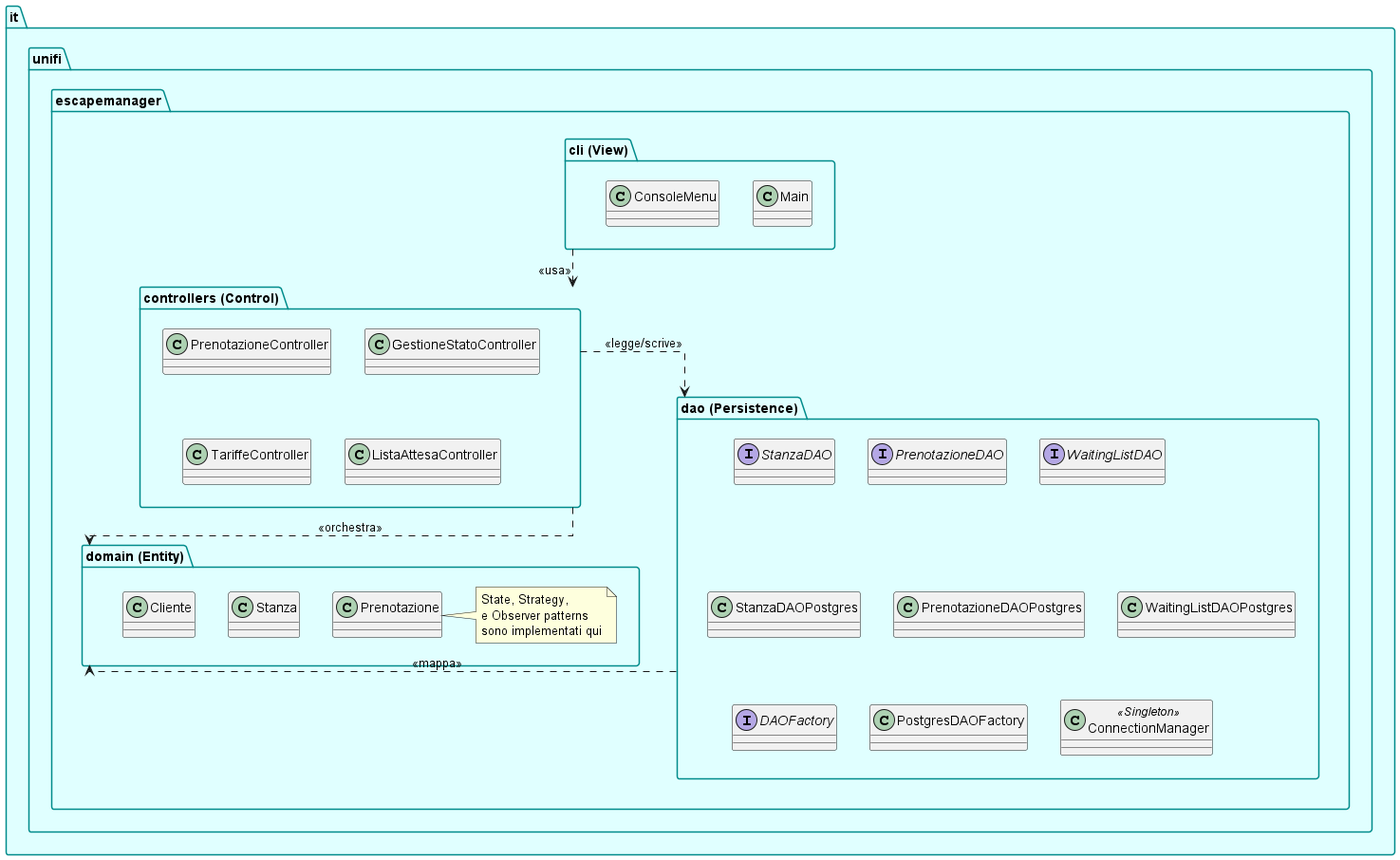
Before: LaTeX/images/package_diagram.png, a diagram exported from PlantUML (Adrycasta04/EscapeManager).
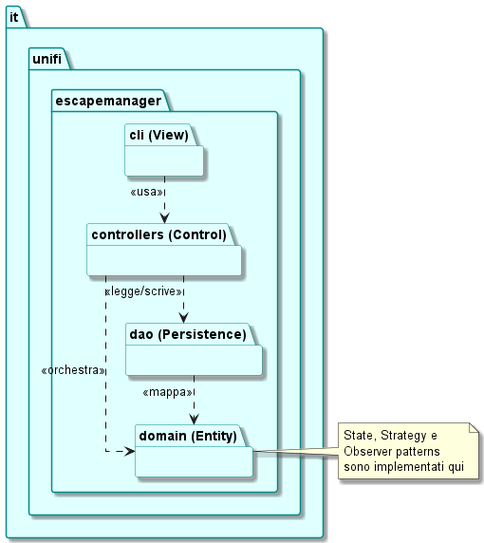
Above is the later version.

What changed in the source:
```diff
@@ -1,39 +1,24 @@
 @startuml package_diagram
 skinparam linetype ortho
+skinparam shadowing true
+skinparam packageStyle folder
 skinparam packageBackgroundColor LightCyan
 skinparam packageBorderColor DarkCyan
+skinparam nodesep 60
+skinparam ranksep 50
 
 package "it.unifi.escapemanager" {
 
     package "cli (View)" as view {
-        class Main
-        class ConsoleMenu
     }
 
     package "controllers (Control)" as controllers {
-        class PrenotazioneController
-        class GestioneStatoController
-        class TariffeController
-        class ListaAttesaController
     }
 
     package "domain (Entity)" as domain {
-        class Stanza
-        class Cliente
-        class Prenotazione
-        note right: State, Strategy,\ne Observer patterns\nsono implementati qui
     }
 
     package "dao (Persistence)" as dao {
-        interface StanzaDAO
-        interface PrenotazioneDAO
-        interface WaitingListDAO
-        class StanzaDAOPostgres
-        class PrenotazioneDAOPostgres
-        class WaitingListDAOPostgres
-        interface DAOFactory
-        class PostgresDAOFactory
-        class ConnectionManager <<Singleton>>
     }
 }
 
@@ -42,4 +27,10 @@
 controllers ..> dao : <<legge/scrive>>
 dao ..> domain : <<mappa>>
 
+note right of domain
+    State, Strategy e
+    Observer patterns
+    sono implementati qui
+end note
+
 @enduml
```
